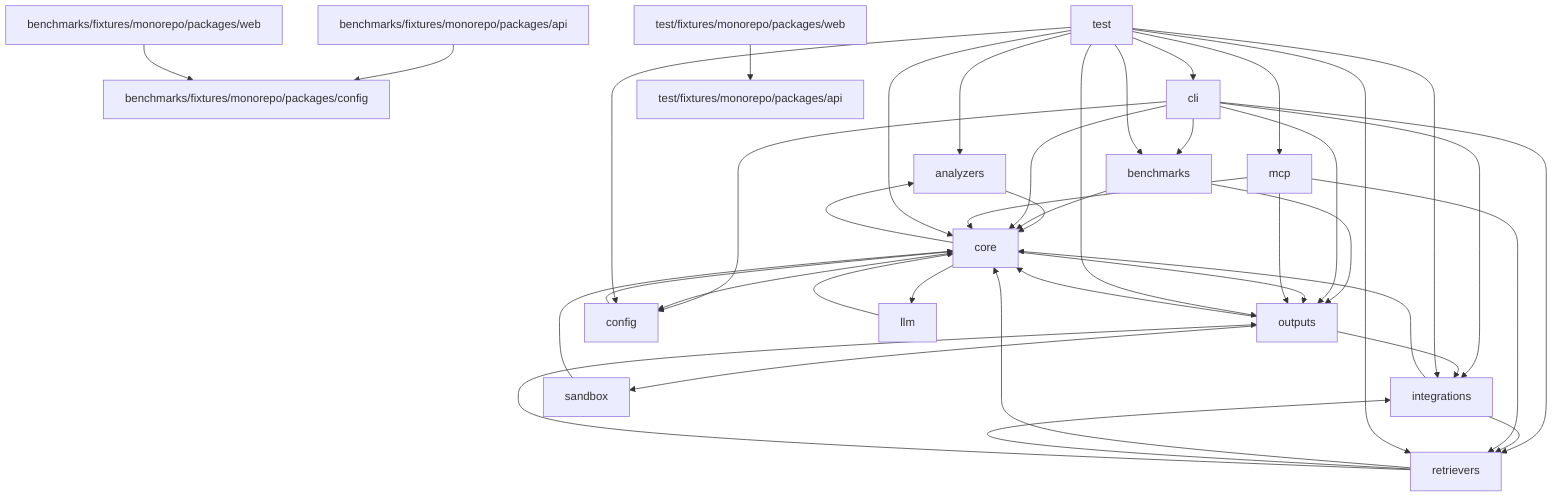
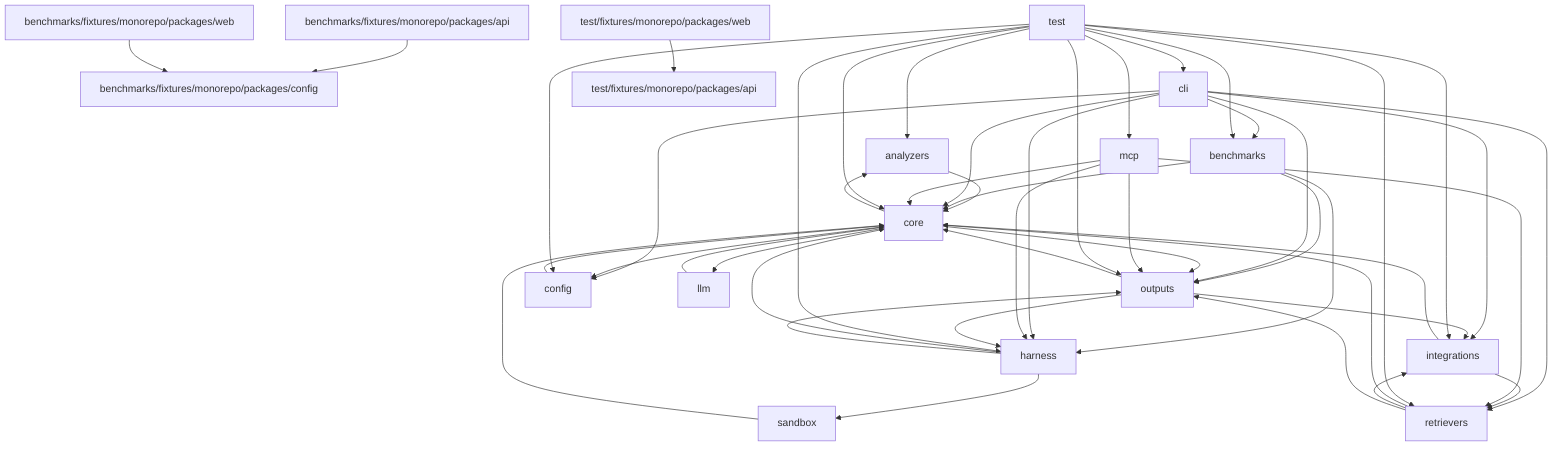
graph TD
  analyzers["analyzers"] --> core["core"]
  benchmarks["benchmarks"] --> core["core"]
+   benchmarks["benchmarks"] --> harness["harness"]
  benchmarks["benchmarks"] --> outputs["outputs"]
  benchmarks_fixtures_monorepo_packages_api["benchmarks/fixtures/monorepo/packages/api"] --> benchmarks_fixtures_monorepo_packages_config["benchmarks/fixtures/monorepo/packages/config"]
  benchmarks_fixtures_monorepo_packages_web["benchmarks/fixtures/monorepo/packages/web"] --> benchmarks_fixtures_monorepo_packages_config["benchmarks/fixtures/monorepo/packages/config"]
  cli["cli"] --> benchmarks["benchmarks"]
  cli["cli"] --> config["config"]
  cli["cli"] --> core["core"]
+   cli["cli"] --> harness["harness"]
  cli["cli"] --> integrations["integrations"]
  cli["cli"] --> outputs["outputs"]
  cli["cli"] --> retrievers["retrievers"]
  config["config"] --> core["core"]
  core["core"] --> analyzers["analyzers"]
  core["core"] --> config["config"]
  core["core"] --> llm["llm"]
  core["core"] --> outputs["outputs"]
+   harness["harness"] --> core["core"]
+   harness["harness"] --> outputs["outputs"]
+   harness["harness"] --> sandbox["sandbox"]
  integrations["integrations"] --> core["core"]
  integrations["integrations"] --> retrievers["retrievers"]
  llm["llm"] --> core["core"]
  mcp["mcp"] --> core["core"]
+   mcp["mcp"] --> harness["harness"]
  mcp["mcp"] --> outputs["outputs"]
  mcp["mcp"] --> retrievers["retrievers"]
  outputs["outputs"] --> core["core"]
+   outputs["outputs"] --> harness["harness"]
  outputs["outputs"] --> integrations["integrations"]
-   outputs["outputs"] --> sandbox["sandbox"]
  retrievers["retrievers"] --> core["core"]
  retrievers["retrievers"] --> integrations["integrations"]
  retrievers["retrievers"] --> outputs["outputs"]
  sandbox["sandbox"] --> core["core"]
  test["test"] --> analyzers["analyzers"]
  test["test"] --> benchmarks["benchmarks"]
  test["test"] --> cli["cli"]
  test["test"] --> config["config"]
  test["test"] --> core["core"]
+   test["test"] --> harness["harness"]
  test["test"] --> integrations["integrations"]
  test["test"] --> mcp["mcp"]
  test["test"] --> outputs["outputs"]
  test["test"] --> retrievers["retrievers"]
  test_fixtures_monorepo_packages_web["test/fixtures/monorepo/packages/web"] --> test_fixtures_monorepo_packages_api["test/fixtures/monorepo/packages/api"]
